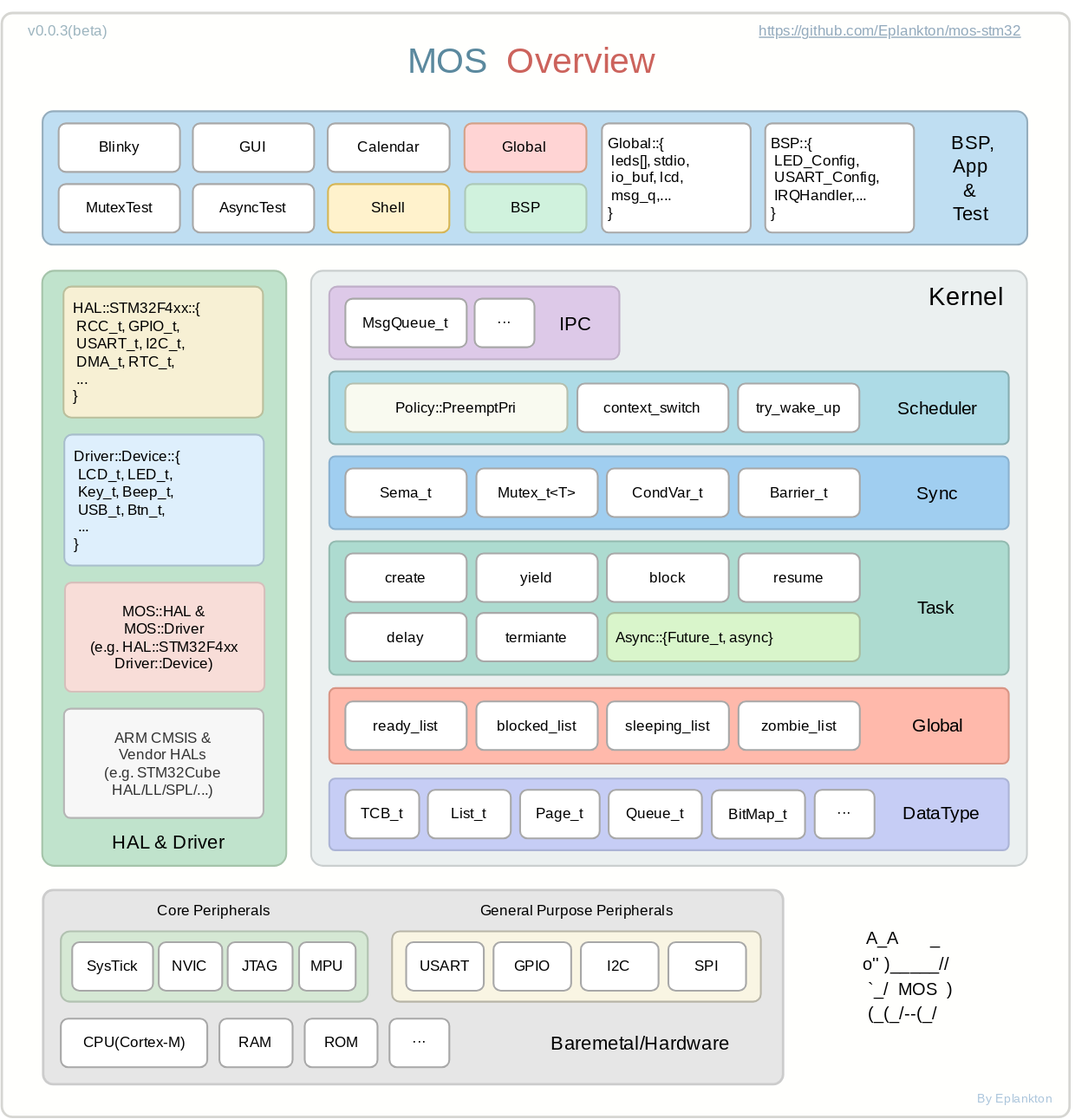
This is Pic/mos-arch.svg from Eplankton/mos-stm32, a draw.io export, as it was before one commit. Source tidied: cells renumbered, new cells last; positions are measured from the earlier drawing's top-left corner, leaving out a move shared by most shapes.
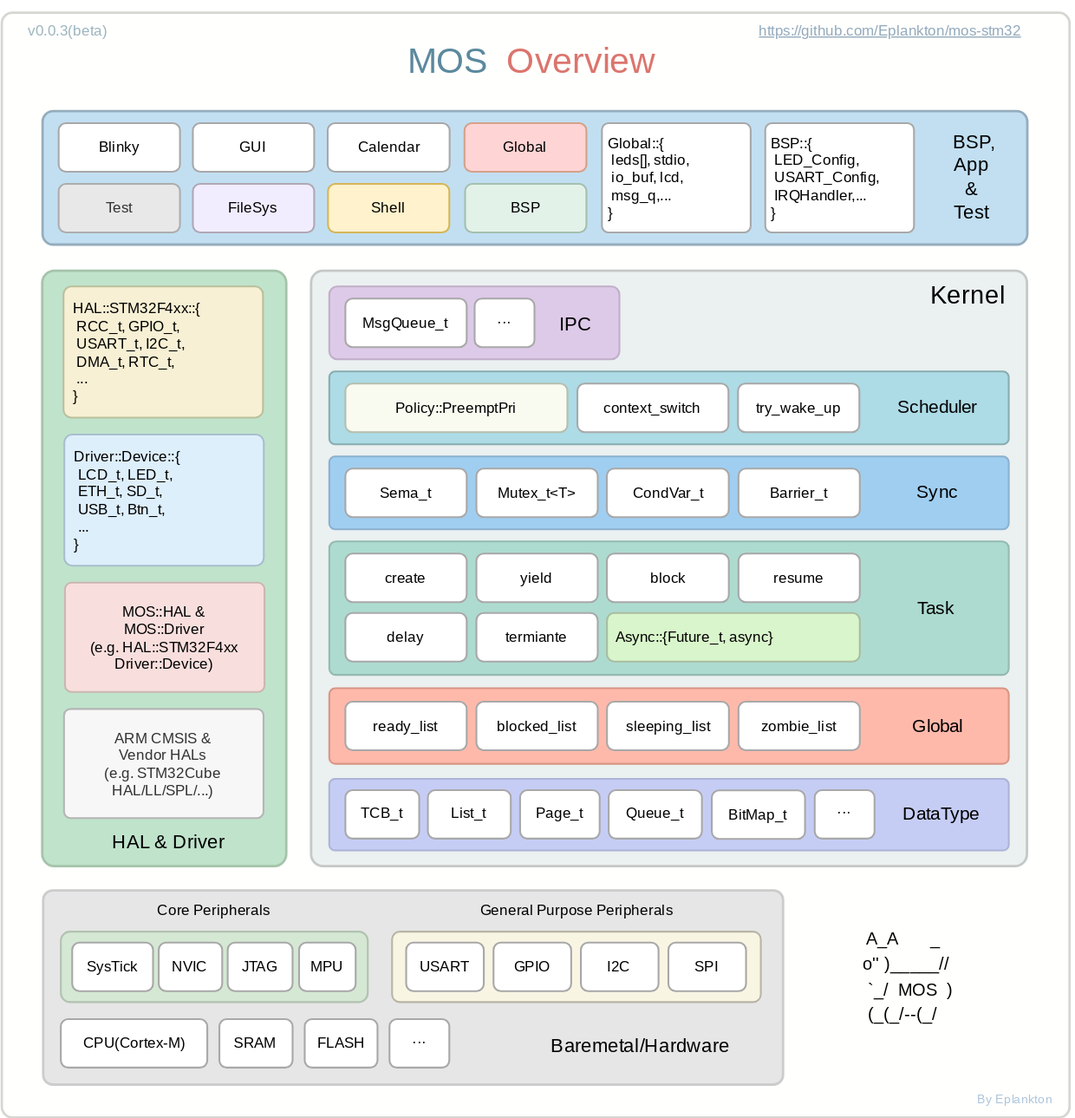
Later version of the same file.

What changed in the source:
```diff
@@ -7,3 +7,3 @@
     </mxCell>
-    <mxCell id="3" style="rounded=1;whiteSpace=wrap;html=1;arcSize=2;fillColor=#EBF0F0;strokeColor=#CACFCF;strokeWidth=1.5;rotation=0;" parent="1" vertex="1">
+    <mxCell id="3" style="rounded=1;whiteSpace=wrap;html=1;arcSize=2;fillColor=#EBF0F0;strokeColor=#C4C9C8;strokeWidth=2;rotation=0;" parent="1" vertex="1">
       <mxGeometry x="255.9" y="222.5" width="590" height="490.5" as="geometry" />
@@ -86,3 +86,3 @@
     <mxCell id="29" value="&lt;font style=&quot;font-size: 15px;&quot; face=&quot;JetBrains Mono&quot;&gt;Sync&lt;/font&gt;" style="text;html=1;align=center;verticalAlign=middle;strokeColor=none;fillColor=none;strokeWidth=1.5;" parent="1" vertex="1">
-      <mxGeometry x="742.3" y="389.5" width="60" height="30" as="geometry" />
+      <mxGeometry x="742.3" y="388.5" width="60" height="30" as="geometry" />
     </mxCell>
@@ -104,3 +104,3 @@
     <mxCell id="35" value="&lt;font style=&quot;font-size: 15px;&quot; face=&quot;JetBrains Mono&quot;&gt;Scheduler&lt;/font&gt;" style="text;html=1;align=center;verticalAlign=middle;strokeColor=none;fillColor=none;strokeWidth=1.5;" parent="1" vertex="1">
-      <mxGeometry x="722.2" y="319.5" width="100" height="30" as="geometry" />
+      <mxGeometry x="722.2" y="318.5" width="100" height="30" as="geometry" />
     </mxCell>
@@ -122,3 +122,3 @@
     <mxCell id="41" value="&lt;font face=&quot;JetBrains Mono&quot; style=&quot;font-size: 16px;&quot;&gt;Baremetal/Hardware&lt;/font&gt;" style="text;html=1;align=center;verticalAlign=middle;strokeColor=none;fillColor=none;" parent="1" vertex="1">
-      <mxGeometry x="426.6" y="844" width="200" height="30" as="geometry" />
+      <mxGeometry x="426.6" y="846" width="200" height="30" as="geometry" />
     </mxCell>
@@ -127,3 +127,3 @@
     </mxCell>
-    <mxCell id="43" style="rounded=1;whiteSpace=wrap;html=1;arcSize=5;fillColor=#C0E3CC;strokeColor=#A5C4AA;glass=0;fontColor=#ffffff;strokeWidth=1.5;" parent="1" vertex="1">
+    <mxCell id="43" style="rounded=1;whiteSpace=wrap;html=1;arcSize=5;fillColor=#C0E3CC;strokeColor=#A5C4AA;glass=0;fontColor=#ffffff;strokeWidth=2;" parent="1" vertex="1">
       <mxGeometry x="34.3" y="222.5" width="201.1" height="490.5" as="geometry" />
@@ -133,3 +133,3 @@
     </mxCell>
-    <mxCell id="45" value="&lt;font face=&quot;JetBrains Mono&quot;&gt;ROM&lt;/font&gt;" style="rounded=1;whiteSpace=wrap;html=1;strokeColor=#A8A8A8;fontStyle=0;strokeWidth=1.5;" parent="1" vertex="1">
+    <mxCell id="45" value="&lt;font face=&quot;JetBrains Mono&quot;&gt;FLASH&lt;/font&gt;" style="rounded=1;whiteSpace=wrap;html=1;strokeColor=#A8A8A8;fontStyle=0;strokeWidth=1.5;" parent="1" vertex="1">
       <mxGeometry x="250.6" y="839" width="60" height="40" as="geometry" />
@@ -139,3 +139,3 @@
     </mxCell>
-    <mxCell id="47" style="rounded=1;whiteSpace=wrap;html=1;arcSize=8;fillColor=#BFDEF2;strokeColor=#95ADBD;strokeWidth=1.5;" parent="1" vertex="1">
+    <mxCell id="47" style="rounded=1;whiteSpace=wrap;html=1;arcSize=8;fillColor=#C2DFF2;strokeColor=#95ADBD;strokeWidth=2;" parent="1" vertex="1">
       <mxGeometry x="34.6" y="91" width="811.6" height="110" as="geometry" />
@@ -154,6 +154,6 @@
     </mxCell>
-    <mxCell id="52" value="&lt;font face=&quot;JetBrains Mono&quot;&gt;AsyncTest&lt;/font&gt;" style="rounded=1;whiteSpace=wrap;html=1;strokeColor=#A8A8A8;fillColor=default;fontColor=default;fontStyle=0;strokeWidth=1.5;" parent="1" vertex="1">
+    <mxCell id="52" value="&lt;font face=&quot;JetBrains Mono&quot;&gt;FileSys&lt;/font&gt;" style="rounded=1;whiteSpace=wrap;html=1;strokeColor=#B0A7B5;fillColor=#F1EDFF;fontStyle=0;strokeWidth=1.5;align=center;verticalAlign=middle;fontFamily=Helvetica;fontSize=12;" parent="1" vertex="1">
       <mxGeometry x="158.4" y="151" width="100" height="40" as="geometry" />
     </mxCell>
-    <mxCell id="53" value="&lt;font face=&quot;JetBrains Mono&quot;&gt;MutexTest&lt;/font&gt;" style="rounded=1;whiteSpace=wrap;html=1;strokeColor=#A8A8A8;fillColor=default;fontColor=default;fontStyle=0;strokeWidth=1.5;" parent="1" vertex="1">
+    <mxCell id="53" value="&lt;font face=&quot;JetBrains Mono&quot;&gt;Test&lt;/font&gt;" style="rounded=1;whiteSpace=wrap;html=1;strokeColor=#ADADAD;fillColor=#E8E8E8;fontStyle=0;strokeWidth=1.5;fontColor=#333333;" parent="1" vertex="1">
       <mxGeometry x="47.9" y="151" width="100" height="40" as="geometry" />
@@ -166,7 +166,7 @@
     </mxCell>
-    <mxCell id="56" value="&lt;font face=&quot;JetBrains Mono&quot;&gt;RAM&lt;/font&gt;" style="rounded=1;whiteSpace=wrap;html=1;strokeColor=#A8A8A8;fontStyle=0;strokeWidth=1.5;" parent="1" vertex="1">
+    <mxCell id="56" value="S&lt;font face=&quot;JetBrains Mono&quot;&gt;RAM&lt;/font&gt;" style="rounded=1;whiteSpace=wrap;html=1;strokeColor=#A8A8A8;fontStyle=0;strokeWidth=1.5;" parent="1" vertex="1">
       <mxGeometry x="180.3" y="839" width="60.3" height="40" as="geometry" />
     </mxCell>
-    <mxCell id="57" value="&lt;font style=&quot;font-size: 21px;&quot; face=&quot;JetBrains Mono&quot;&gt;Kernel&lt;/font&gt;" style="text;html=1;align=center;verticalAlign=middle;strokeColor=none;fillColor=none;rounded=0;horizontal=1;fontStyle=0;fontFamily=JetBrains Mono;fontSource=https%3A%2F%2Ffonts.googleapis.com%2Fcss%3Ffamily%3DJetBrains%2BMono;strokeWidth=1.5;" parent="1" vertex="1">
-      <mxGeometry x="745.8" y="223" width="100" height="40" as="geometry" />
+    <mxCell id="57" value="&lt;font face=&quot;Fira Code&quot; style=&quot;font-size: 21px;&quot;&gt;Kernel&lt;/font&gt;" style="text;html=1;align=center;verticalAlign=middle;strokeColor=none;fillColor=none;rounded=0;horizontal=1;fontStyle=0;fontFamily=JetBrains Mono;fontSource=https%3A%2F%2Ffonts.googleapis.com%2Fcss%3Ffamily%3DJetBrains%2BMono;strokeWidth=1.5;" parent="1" vertex="1">
+      <mxGeometry x="746.8" y="222" width="100" height="40" as="geometry" />
     </mxCell>
@@ -196,6 +196,6 @@
     </mxCell>
-    <mxCell id="66" value="&lt;font face=&quot;JetBrains Mono&quot;&gt;BSP&lt;/font&gt;" style="rounded=1;whiteSpace=wrap;html=1;align=center;verticalAlign=middle;fontStyle=0;strokeColor=#ADC9B8;strokeWidth=1.5;fillColor=#D0F2DD;" parent="1" vertex="1">
+    <mxCell id="66" value="&lt;font face=&quot;JetBrains Mono&quot;&gt;BSP&lt;/font&gt;" style="rounded=1;whiteSpace=wrap;html=1;align=center;verticalAlign=middle;fontStyle=0;strokeColor=#A4BFAE;strokeWidth=1.5;fillColor=#E3F2E9;" parent="1" vertex="1">
       <mxGeometry x="382.8" y="151" width="100" height="40" as="geometry" />
     </mxCell>
-    <mxCell id="67" value="&lt;h2 style=&quot;font-size: 29px;&quot;&gt;&lt;font face=&quot;Protest Strike&quot; style=&quot;font-size: 29px;&quot;&gt;&lt;font color=&quot;#5b899e&quot; style=&quot;font-size: 29px;&quot;&gt;&lt;span style=&quot;font-weight: normal;&quot;&gt;MOS&lt;/span&gt;&lt;/font&gt;&lt;font style=&quot;font-size: 29px;&quot; color=&quot;#d66064&quot;&gt;&lt;font style=&quot;font-size: 29px;&quot;&gt;&lt;span style=&quot;font-weight: normal;&quot;&gt;&amp;nbsp;&lt;/span&gt;&lt;/font&gt;&lt;font style=&quot;font-size: 29px;&quot;&gt;&lt;span style=&quot;font-weight: normal;&quot;&gt; &lt;/span&gt;&lt;/font&gt;&lt;/font&gt;&lt;font color=&quot;#cc635c&quot; style=&quot;font-size: 29px;&quot;&gt;&lt;span style=&quot;font-weight: normal;&quot;&gt;Overview&lt;/span&gt;&lt;/font&gt;&lt;/font&gt;&lt;font face=&quot;-T6E6aQj5ZuRNhCcfV3G&quot; color=&quot;#c95464&quot; style=&quot;font-size: 28px;&quot;&gt;&lt;span style=&quot;font-weight: normal;&quot;&gt;&lt;br&gt;&lt;/span&gt;&lt;/font&gt;&lt;/h2&gt;" style="text;html=1;align=center;verticalAlign=middle;strokeColor=none;fillColor=none;fontColor=#24669E;fontFamily=Bitter ExtraBold;" parent="1" vertex="1">
+    <mxCell id="67" value="&lt;h2 style=&quot;font-size: 29px;&quot;&gt;&lt;font face=&quot;Protest Strike&quot; style=&quot;font-size: 29px;&quot;&gt;&lt;font color=&quot;#5b899e&quot; style=&quot;font-size: 29px;&quot;&gt;&lt;span style=&quot;font-weight: normal;&quot;&gt;MOS&lt;/span&gt;&lt;/font&gt;&lt;font style=&quot;font-size: 29px;&quot; color=&quot;#d66064&quot;&gt;&lt;font style=&quot;font-size: 29px;&quot;&gt;&lt;span style=&quot;font-weight: normal;&quot;&gt;&amp;nbsp;&lt;/span&gt;&lt;/font&gt;&lt;font style=&quot;font-size: 29px;&quot;&gt;&lt;span style=&quot;font-weight: normal;&quot;&gt; &lt;/span&gt;&lt;/font&gt;&lt;/font&gt;&lt;font color=&quot;#db756e&quot; style=&quot;font-size: 29px;&quot;&gt;&lt;span style=&quot;font-weight: normal;&quot;&gt;Overview&lt;/span&gt;&lt;/font&gt;&lt;/font&gt;&lt;font color=&quot;#db756e&quot; face=&quot;-T6E6aQj5ZuRNhCcfV3G&quot; style=&quot;font-size: 28px;&quot;&gt;&lt;span style=&quot;font-weight: normal;&quot;&gt;&lt;br&gt;&lt;/span&gt;&lt;/font&gt;&lt;/h2&gt;" style="text;html=1;align=center;verticalAlign=middle;strokeColor=none;fillColor=none;fontColor=#24669E;fontFamily=Bitter ExtraBold;" parent="1" vertex="1">
       <mxGeometry x="337.3" width="200" height="100" as="geometry" />
@@ -208,6 +208,6 @@
     </mxCell>
-    <mxCell id="70" value="&lt;div&gt;&lt;font face=&quot;JetBrains Mono&quot;&gt;&amp;nbsp; Driver::Device::{&lt;/font&gt;&lt;/div&gt;&lt;div&gt;&lt;font face=&quot;JetBrains Mono&quot;&gt;&amp;nbsp;&amp;nbsp; LCD_t, LED_t, &lt;br&gt;&lt;/font&gt;&lt;/div&gt;&lt;div&gt;&lt;font face=&quot;JetBrains Mono&quot;&gt;&amp;nbsp;&amp;nbsp; Key_t, Beep_t,&lt;/font&gt;&lt;/div&gt;&lt;div&gt;&lt;font face=&quot;JetBrains Mono&quot;&gt;&amp;nbsp;&amp;nbsp; USB_t, Btn_t, &lt;br&gt;&lt;/font&gt;&lt;/div&gt;&lt;div&gt;&lt;font face=&quot;JetBrains Mono&quot;&gt;&amp;nbsp;&amp;nbsp; ...&lt;br&gt;&lt;/font&gt;&lt;/div&gt;&lt;div&gt;&lt;font face=&quot;JetBrains Mono&quot;&gt;&amp;nbsp; }&lt;/font&gt;&lt;/div&gt;" style="rounded=1;whiteSpace=wrap;html=1;strokeColor=#A8BECC;align=left;arcSize=6;fillColor=#DEEFFC;fontColor=default;strokeWidth=1.5;" parent="1" vertex="1">
+    <mxCell id="70" value="&lt;div&gt;&lt;font face=&quot;JetBrains Mono&quot;&gt;&amp;nbsp; Driver::Device::{&lt;/font&gt;&lt;/div&gt;&lt;div&gt;&lt;font face=&quot;JetBrains Mono&quot;&gt;&amp;nbsp;&amp;nbsp; LCD_t, LED_t, &lt;br&gt;&lt;/font&gt;&lt;/div&gt;&lt;div&gt;&lt;font face=&quot;JetBrains Mono&quot;&gt;&amp;nbsp;&amp;nbsp; ETH_t, SD_t,&lt;/font&gt;&lt;/div&gt;&lt;div&gt;&lt;font face=&quot;JetBrains Mono&quot;&gt;&amp;nbsp;&amp;nbsp; USB_t, Btn_t, &lt;br&gt;&lt;/font&gt;&lt;/div&gt;&lt;div&gt;&lt;font face=&quot;JetBrains Mono&quot;&gt;&amp;nbsp;&amp;nbsp; ...&lt;br&gt;&lt;/font&gt;&lt;/div&gt;&lt;div&gt;&lt;font face=&quot;JetBrains Mono&quot;&gt;&amp;nbsp; }&lt;/font&gt;&lt;/div&gt;" style="rounded=1;whiteSpace=wrap;html=1;strokeColor=#A8BECC;align=left;arcSize=6;fillColor=#DEEFFC;fontColor=default;strokeWidth=1.5;" parent="1" vertex="1">
       <mxGeometry x="52.5" y="357.5" width="164.4" height="108" as="geometry" />
     </mxCell>
-    <mxCell id="71" value="&lt;div&gt;&lt;font face=&quot;JetBrains Mono&quot;&gt; MOS::HAL&lt;/font&gt;&lt;font face=&quot;JetBrains Mono&quot;&gt; &amp;amp;&lt;/font&gt;&lt;/div&gt;&lt;div&gt;&lt;font face=&quot;JetBrains Mono&quot;&gt;MOS::Driver&lt;/font&gt;&lt;/div&gt;&lt;div&gt;&lt;font face=&quot;JetBrains Mono&quot;&gt;(e.g. HAL::STM32F4xx&lt;/font&gt;&lt;/div&gt;&lt;div&gt;&lt;font face=&quot;JetBrains Mono&quot;&gt;Driver::Device)&lt;/font&gt;&lt;/div&gt;" style="rounded=1;whiteSpace=wrap;html=1;align=center;fillColor=#F8DDD8;strokeColor=#D6BFBB;arcSize=6;strokeWidth=1.5;" parent="1" vertex="1">
+    <mxCell id="71" value="&lt;div&gt;&lt;font face=&quot;JetBrains Mono&quot;&gt; MOS::HAL&lt;/font&gt;&lt;font face=&quot;JetBrains Mono&quot;&gt; &amp;amp;&lt;/font&gt;&lt;/div&gt;&lt;div&gt;&lt;font face=&quot;JetBrains Mono&quot;&gt;MOS::Driver&lt;/font&gt;&lt;/div&gt;&lt;div&gt;&lt;font face=&quot;JetBrains Mono&quot;&gt;(e.g. HAL::STM32F4xx&lt;/font&gt;&lt;/div&gt;&lt;div&gt;&lt;font face=&quot;JetBrains Mono&quot;&gt;Driver::Device)&lt;/font&gt;&lt;/div&gt;" style="rounded=1;whiteSpace=wrap;html=1;align=center;fillColor=#F8DFDD;strokeColor=#CCB6B2;arcSize=6;strokeWidth=1.5;" parent="1" vertex="1">
       <mxGeometry x="53.1" y="479.5" width="164.4" height="90" as="geometry" />
@@ -239,3 +239,3 @@
     <mxCell id="80" value="&lt;p style=&quot;line-height: 20%; font-size: 16px;&quot;&gt;&lt;font style=&quot;font-size: 16px;&quot; face=&quot;JetBrains Mono&quot;&gt;&amp;nbsp;BSP,&lt;/font&gt;&lt;/p&gt;&lt;p style=&quot;line-height: 20%; font-size: 16px;&quot;&gt;&lt;font style=&quot;font-size: 16px;&quot; face=&quot;JetBrains Mono&quot;&gt;App&lt;/font&gt;&lt;/p&gt;&lt;p style=&quot;line-height: 20%; font-size: 16px;&quot;&gt;&lt;font style=&quot;font-size: 16px;&quot; face=&quot;JetBrains Mono&quot;&gt;&amp;amp;&lt;/font&gt;&lt;/p&gt;&lt;p style=&quot;line-height: 20%; font-size: 16px;&quot;&gt;&lt;font style=&quot;font-size: 16px;&quot; face=&quot;JetBrains Mono&quot;&gt;Test&lt;br&gt;&lt;/font&gt;&lt;/p&gt;" style="text;html=1;align=center;verticalAlign=middle;strokeColor=none;fillColor=none;rounded=0;horizontal=1;fontStyle=0;fontFamily=JetBrains Mono;fontSource=https%3A%2F%2Ffonts.googleapis.com%2Fcss%3Ffamily%3DJetBrains%2BMono;strokeWidth=1.5;" parent="1" vertex="1">
-      <mxGeometry x="763.8" y="91" width="70" height="110" as="geometry" />
+      <mxGeometry x="764.8" y="90" width="70" height="110" as="geometry" />
     </mxCell>
```
